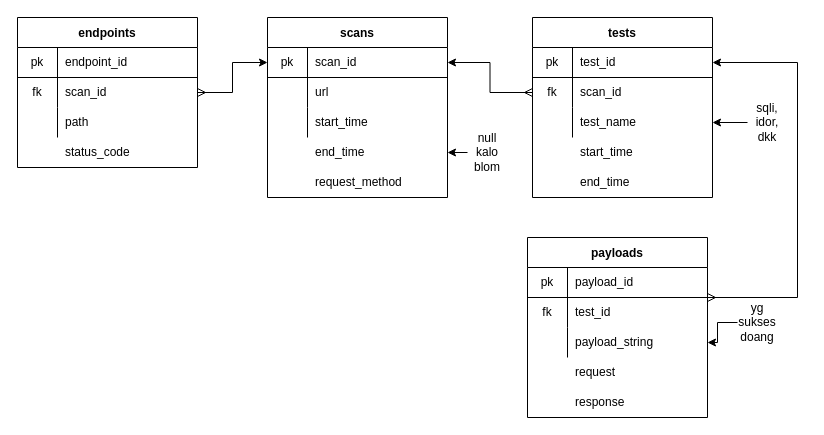
This is docs/db.drawio from kevindoubleu/APISploit, a draw.io file, before an edit. Source tidied: cells renumbered, new cells numbered last; positions are measured from the earlier drawing's top-left corner, leaving out a move shared by most shapes. Both pictures are drawn from the tidied source at 100%, with x=0, y=0 at pixel (17, 17).
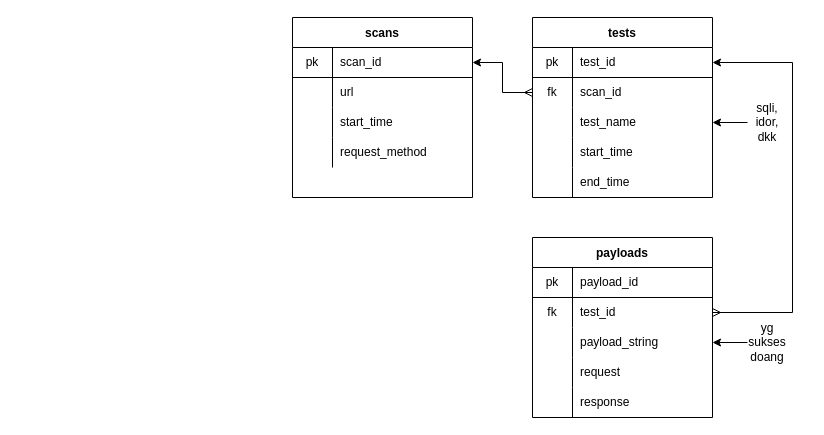
The same diagram, later.

Commit message (it also covers changes not shown here):
update db schema & model

Unchanged cells that the change refers to:
```xml
<mxCell id="3" style="shape=partialRectangle;html=1;whiteSpace=wrap;fillColor=none;top=0;left=0;bottom=1;right=0;points=[[0,0.5],[1,0.5]];portConstraint=eastwest;" parent="2" vertex="1">
  <mxGeometry y="30" width="180" height="30" as="geometry" />
</mxCell>
<mxCell id="12" value="tests" style="shape=table;startSize=30;childLayout=tableLayout;rowLines=0;fontStyle=1;align=center;" parent="1" vertex="1">
  <mxGeometry x="515" width="180" height="180" as="geometry" />
</mxCell>
<mxCell id="13" style="shape=partialRectangle;html=1;whiteSpace=wrap;fillColor=none;top=0;left=0;bottom=1;right=0;points=[[0,0.5],[1,0.5]];portConstraint=eastwest;" parent="12" vertex="1">
  <mxGeometry y="30" width="180" height="30" as="geometry" />
</mxCell>
<mxCell id="26" style="shape=partialRectangle;html=1;whiteSpace=wrap;fillColor=none;top=0;left=0;bottom=0;right=0;points=[[0,0.5],[1,0.5]];portConstraint=eastwest;" parent="22" vertex="1">
  <mxGeometry y="60" width="180" height="30" as="geometry" />
</mxCell>
<mxCell id="47" value="sqli, idor, dkk" style="text;html=1;strokeColor=none;fillColor=none;align=center;verticalAlign=middle;whiteSpace=wrap;rounded=0;" parent="1" vertex="1">
  <mxGeometry x="730" y="95" width="40" height="20" as="geometry" />
</mxCell>
```

The edit, as a diff of the source:
```diff
@@
     <mxCell id="2" value="scans" style="shape=table;startSize=30;childLayout=tableLayout;rowLines=0;fontStyle=1;align=center;" parent="1" vertex="1">
-      <mxGeometry x="250" width="180" height="180" as="geometry" />
+      <mxGeometry x="275" width="180" height="180" as="geometry" />
     </mxCell>
@@
+    <mxCell id="63" style="shape=partialRectangle;html=1;whiteSpace=wrap;fillColor=none;top=0;left=0;bottom=0;right=0;" parent="2" vertex="1">
+      <mxGeometry y="120" width="180" height="30" as="geometry" />
+    </mxCell>
+    <mxCell id="64" style="shape=partialRectangle;html=1;whiteSpace=wrap;fillColor=none;top=0;left=0;bottom=0;right=0;overflow=hidden;" parent="63" vertex="1">
+      <mxGeometry width="40" height="30" as="geometry" />
+    </mxCell>
+    <mxCell id="43" value="request_method" style="shape=partialRectangle;html=1;whiteSpace=wrap;fillColor=none;top=0;left=0;bottom=0;right=0;align=left;spacingLeft=6;overflow=hidden;" parent="63" vertex="1">
+      <mxGeometry x="40" width="140" height="30" as="geometry" />
+    </mxCell>
@@
+    <mxCell id="65" style="shape=partialRectangle;html=1;whiteSpace=wrap;fillColor=none;top=0;left=0;bottom=0;right=0;points=[[0,0.5],[1,0.5]];portConstraint=eastwest;" parent="12" vertex="1">
+      <mxGeometry y="90" width="180" height="30" as="geometry" />
+    </mxCell>
+    <mxCell id="66" style="shape=partialRectangle;html=1;whiteSpace=wrap;fillColor=none;top=0;left=0;bottom=0;right=0;overflow=hidden;" parent="65" vertex="1">
+      <mxGeometry width="40" height="30" as="geometry" />
+    </mxCell>
+    <mxCell id="67" value="test_name" style="shape=partialRectangle;html=1;whiteSpace=wrap;fillColor=none;top=0;left=0;bottom=0;right=0;align=left;spacingLeft=6;overflow=hidden;" parent="65" vertex="1">
+      <mxGeometry x="40" width="140" height="30" as="geometry" />
+    </mxCell>
+    <mxCell id="68" style="shape=partialRectangle;html=1;whiteSpace=wrap;fillColor=none;top=0;left=0;bottom=0;right=0;" parent="12" vertex="1">
+      <mxGeometry y="120" width="180" height="30" as="geometry" />
+    </mxCell>
+    <mxCell id="69" style="shape=partialRectangle;html=1;whiteSpace=wrap;fillColor=none;top=0;left=0;bottom=0;right=0;overflow=hidden;" parent="68" vertex="1">
+      <mxGeometry width="40" height="30" as="geometry" />
+    </mxCell>
+    <mxCell id="61" value="start_time" style="shape=partialRectangle;html=1;whiteSpace=wrap;fillColor=none;top=0;left=0;bottom=0;right=0;align=left;spacingLeft=6;overflow=hidden;" parent="68" vertex="1">
+      <mxGeometry x="40" width="140" height="30" as="geometry" />
+    </mxCell>
     <mxCell id="19" style="shape=partialRectangle;html=1;whiteSpace=wrap;fillColor=none;top=0;left=0;bottom=0;right=0;points=[[0,0.5],[1,0.5]];portConstraint=eastwest;" parent="12" vertex="1">
-      <mxGeometry y="90" width="180" height="30" as="geometry" />
+      <mxGeometry y="150" width="180" height="30" as="geometry" />
     </mxCell>
@@
-    <mxCell id="21" value="test_name" style="shape=partialRectangle;html=1;whiteSpace=wrap;fillColor=none;top=0;left=0;bottom=0;right=0;align=left;spacingLeft=6;overflow=hidden;" parent="19" vertex="1">
+    <mxCell id="21" value="&lt;div&gt;end_time&lt;/div&gt;" style="shape=partialRectangle;html=1;whiteSpace=wrap;fillColor=none;top=0;left=0;bottom=0;right=0;align=left;spacingLeft=6;overflow=hidden;" parent="19" vertex="1">
       <mxGeometry x="40" width="140" height="30" as="geometry" />
     </mxCell>
     <mxCell id="22" value="payloads" style="shape=table;startSize=30;childLayout=tableLayout;rowLines=0;fontStyle=1;align=center;" parent="1" vertex="1">
-      <mxGeometry x="510" y="220" width="180" height="180" as="geometry" />
+      <mxGeometry x="515" y="220" width="180" height="180" as="geometry" />
     </mxCell>
@@
+    <mxCell id="70" style="shape=partialRectangle;html=1;whiteSpace=wrap;fillColor=none;top=0;left=0;bottom=0;right=0;points=[[0,0.5],[1,0.5]];portConstraint=eastwest;" parent="22" vertex="1">
+      <mxGeometry y="90" width="180" height="30" as="geometry" />
+    </mxCell>
+    <mxCell id="71" style="shape=partialRectangle;html=1;whiteSpace=wrap;fillColor=none;top=0;left=0;bottom=0;right=0;overflow=hidden;" parent="70" vertex="1">
+      <mxGeometry width="40" height="30" as="geometry" />
+    </mxCell>
+    <mxCell id="72" value="payload_string" style="shape=partialRectangle;html=1;whiteSpace=wrap;fillColor=none;top=0;left=0;bottom=0;right=0;align=left;spacingLeft=6;overflow=hidden;" parent="70" vertex="1">
+      <mxGeometry x="40" width="140" height="30" as="geometry" />
+    </mxCell>
+    <mxCell id="73" style="shape=partialRectangle;html=1;whiteSpace=wrap;fillColor=none;top=0;left=0;bottom=0;right=0;" parent="22" vertex="1">
+      <mxGeometry y="120" width="180" height="30" as="geometry" />
+    </mxCell>
+    <mxCell id="74" style="shape=partialRectangle;html=1;whiteSpace=wrap;fillColor=none;top=0;left=0;bottom=0;right=0;overflow=hidden;" parent="73" vertex="1">
+      <mxGeometry width="40" height="30" as="geometry" />
+    </mxCell>
+    <mxCell id="33" value="&lt;div&gt;request&lt;/div&gt;" style="shape=partialRectangle;html=1;whiteSpace=wrap;fillColor=none;top=0;left=0;bottom=0;right=0;align=left;spacingLeft=6;overflow=hidden;" parent="73" vertex="1">
+      <mxGeometry x="40" width="140" height="30" as="geometry" />
+    </mxCell>
     <mxCell id="29" style="shape=partialRectangle;html=1;whiteSpace=wrap;fillColor=none;top=0;left=0;bottom=0;right=0;points=[[0,0.5],[1,0.5]];portConstraint=eastwest;" parent="22" vertex="1">
-      <mxGeometry y="90" width="180" height="30" as="geometry" />
+      <mxGeometry y="150" width="180" height="30" as="geometry" />
     </mxCell>
@@
-    <mxCell id="31" value="payload_string" style="shape=partialRectangle;html=1;whiteSpace=wrap;fillColor=none;top=0;left=0;bottom=0;right=0;align=left;spacingLeft=6;overflow=hidden;" parent="29" vertex="1">
+    <mxCell id="31" value="response" style="shape=partialRectangle;html=1;whiteSpace=wrap;fillColor=none;top=0;left=0;bottom=0;right=0;align=left;spacingLeft=6;overflow=hidden;" parent="29" vertex="1">
       <mxGeometry x="40" width="140" height="30" as="geometry" />
     </mxCell>
@@
-    <mxCell id="33" value="request" style="shape=partialRectangle;html=1;whiteSpace=wrap;fillColor=none;top=0;left=0;bottom=0;right=0;align=left;spacingLeft=6;overflow=hidden;" parent="1" vertex="1">
-      <mxGeometry x="550" y="340" width="140" height="30" as="geometry" />
-    </mxCell>
-    <mxCell id="34" style="shape=partialRectangle;html=1;whiteSpace=wrap;fillColor=none;top=0;left=0;bottom=0;right=0;overflow=hidden;" parent="1" vertex="1">
-      <mxGeometry x="250" y="120" width="40" height="30" as="geometry" />
-    </mxCell>
-    <mxCell id="35" value="end_time" style="shape=partialRectangle;html=1;whiteSpace=wrap;fillColor=none;top=0;left=0;bottom=0;right=0;align=left;spacingLeft=6;overflow=hidden;" parent="1" vertex="1">
-      <mxGeometry x="290" y="120" width="140" height="30" as="geometry" />
-    </mxCell>
-    <mxCell id="36" style="edgeStyle=orthogonalEdgeStyle;rounded=0;jettySize=auto;html=1;entryX=1;entryY=0.5;entryDx=0;entryDy=0;" parent="1" edge="1" source="37" target="29">
-      <mxGeometry relative="1" as="geometry" />
-    </mxCell>
+    <mxCell id="75" style="edgeStyle=orthogonalEdgeStyle;rounded=0;jettySize=auto;html=1;entryX=1;entryY=0.5;entryDx=0;entryDy=0;" parent="1" edge="1" source="37" target="70">
+      <mxGeometry relative="1" as="geometry" />
+    </mxCell>
     <mxCell id="37" value="yg sukses doang" style="text;html=1;strokeColor=none;fillColor=none;align=center;verticalAlign=middle;whiteSpace=wrap;rounded=0;" parent="1" vertex="1">
-      <mxGeometry x="720" y="295" width="40" height="20" as="geometry" />
+      <mxGeometry x="730" y="315" width="40" height="20" as="geometry" />
     </mxCell>
-    <mxCell id="38" style="edgeStyle=orthogonalEdgeStyle;rounded=0;jettySize=auto;html=1;entryX=1;entryY=0.5;entryDx=0;entryDy=0;startArrow=ERmany;startFill=0;" parent="1" edge="1" source="26" target="13">
-      <mxGeometry relative="1" as="geometry">
-        <Array as="points">
-          <mxPoint x="780" y="280" />
-          <mxPoint x="780" y="45" />
-        </Array>
-      </mxGeometry>
-    </mxCell>
@@
-    <mxCell id="40" style="shape=partialRectangle;html=1;whiteSpace=wrap;fillColor=none;top=0;left=0;bottom=0;right=0;overflow=hidden;" parent="1" vertex="1">
-      <mxGeometry x="510" y="350" width="40" height="30" as="geometry" />
-    </mxCell>
-    <mxCell id="41" value="response" style="shape=partialRectangle;html=1;whiteSpace=wrap;fillColor=none;top=0;left=0;bottom=0;right=0;align=left;spacingLeft=6;overflow=hidden;" parent="1" vertex="1">
-      <mxGeometry x="550" y="370" width="140" height="30" as="geometry" />
-    </mxCell>
-    <mxCell id="42" style="shape=partialRectangle;html=1;whiteSpace=wrap;fillColor=none;top=0;left=0;bottom=0;right=0;overflow=hidden;" parent="1" vertex="1">
-      <mxGeometry x="250" y="150" width="40" height="30" as="geometry" />
-    </mxCell>
-    <mxCell id="43" value="request_method" style="shape=partialRectangle;html=1;whiteSpace=wrap;fillColor=none;top=0;left=0;bottom=0;right=0;align=left;spacingLeft=6;overflow=hidden;" parent="1" vertex="1">
-      <mxGeometry x="290" y="150" width="140" height="30" as="geometry" />
-    </mxCell>
-    <mxCell id="44" style="edgeStyle=orthogonalEdgeStyle;rounded=0;jettySize=auto;html=1;" parent="1" edge="1" source="45">
-      <mxGeometry relative="1" as="geometry">
-        <mxPoint x="430" y="135" as="targetPoint" />
-      </mxGeometry>
-    </mxCell>
-    <mxCell id="45" value="null kalo blom" style="text;html=1;strokeColor=none;fillColor=none;align=center;verticalAlign=middle;whiteSpace=wrap;rounded=0;" parent="1" vertex="1">
-      <mxGeometry x="450" y="125" width="40" height="20" as="geometry" />
-    </mxCell>
-    <mxCell id="46" style="edgeStyle=orthogonalEdgeStyle;rounded=0;jettySize=auto;html=1;entryX=1;entryY=0.5;entryDx=0;entryDy=0;" parent="1" edge="1" source="47" target="19">
+    <mxCell id="46" style="edgeStyle=orthogonalEdgeStyle;rounded=0;jettySize=auto;html=1;entryX=1;entryY=0.5;entryDx=0;entryDy=0;" parent="1" edge="1" source="47" target="65">
       <mxGeometry relative="1" as="geometry" />
     </mxCell>
@@
-    <mxCell id="48" value="endpoints" style="shape=table;startSize=30;childLayout=tableLayout;rowLines=0;fontStyle=1;align=center;" parent="1" vertex="1">
-      <mxGeometry width="180" height="150" as="geometry" />
-    </mxCell>
-    <mxCell id="49" style="shape=partialRectangle;html=1;whiteSpace=wrap;fillColor=none;top=0;left=0;bottom=1;right=0;" parent="48" vertex="1">
-      <mxGeometry y="30" width="180" height="30" as="geometry" />
-    </mxCell>
-    <mxCell id="50" value="pk" style="shape=partialRectangle;html=1;whiteSpace=wrap;fillColor=none;top=0;left=0;bottom=0;right=0;overflow=hidden;" parent="49" vertex="1">
-      <mxGeometry width="40" height="30" as="geometry" />
-    </mxCell>
-    <mxCell id="51" value="endpoint_id" style="shape=partialRectangle;html=1;whiteSpace=wrap;fillColor=none;top=0;left=0;bottom=0;right=0;align=left;spacingLeft=6;overflow=hidden;" parent="49" vertex="1">
-      <mxGeometry x="40" width="140" height="30" as="geometry" />
-    </mxCell>
-    <mxCell id="52" style="shape=partialRectangle;html=1;whiteSpace=wrap;fillColor=none;top=0;left=0;bottom=0;right=0;points=[[0,0.5],[1,0.5]];portConstraint=eastwest;" parent="48" vertex="1">
-      <mxGeometry y="60" width="180" height="30" as="geometry" />
-    </mxCell>
-    <mxCell id="53" value="fk" style="shape=partialRectangle;html=1;whiteSpace=wrap;fillColor=none;top=0;left=0;bottom=0;right=0;overflow=hidden;" parent="52" vertex="1">
-      <mxGeometry width="40" height="30" as="geometry" />
-    </mxCell>
-    <mxCell id="54" value="scan_id" style="shape=partialRectangle;html=1;whiteSpace=wrap;fillColor=none;top=0;left=0;bottom=0;right=0;align=left;spacingLeft=6;overflow=hidden;" parent="52" vertex="1">
-      <mxGeometry x="40" width="140" height="30" as="geometry" />
-    </mxCell>
-    <mxCell id="55" style="shape=partialRectangle;html=1;whiteSpace=wrap;fillColor=none;top=0;left=0;bottom=0;right=0;" parent="48" vertex="1">
-      <mxGeometry y="90" width="180" height="30" as="geometry" />
-    </mxCell>
-    <mxCell id="56" style="shape=partialRectangle;html=1;whiteSpace=wrap;fillColor=none;top=0;left=0;bottom=0;right=0;overflow=hidden;" parent="55" vertex="1">
-      <mxGeometry width="40" height="30" as="geometry" />
-    </mxCell>
-    <mxCell id="57" value="path" style="shape=partialRectangle;html=1;whiteSpace=wrap;fillColor=none;top=0;left=0;bottom=0;right=0;align=left;spacingLeft=6;overflow=hidden;" parent="55" vertex="1">
-      <mxGeometry x="40" width="140" height="30" as="geometry" />
-    </mxCell>
-    <mxCell id="58" style="shape=partialRectangle;html=1;whiteSpace=wrap;fillColor=none;top=0;left=0;bottom=0;right=0;overflow=hidden;" parent="1" vertex="1">
-      <mxGeometry y="120" width="40" height="30" as="geometry" />
-    </mxCell>
-    <mxCell id="59" value="status_code" style="shape=partialRectangle;html=1;whiteSpace=wrap;fillColor=none;top=0;left=0;bottom=0;right=0;align=left;spacingLeft=6;overflow=hidden;" parent="1" vertex="1">
-      <mxGeometry x="40" y="120" width="140" height="30" as="geometry" />
-    </mxCell>
-    <mxCell id="60" style="edgeStyle=orthogonalEdgeStyle;rounded=0;jettySize=auto;html=1;entryX=0;entryY=0.5;entryDx=0;entryDy=0;startArrow=ERmany;startFill=0;" parent="1" edge="1" source="52" target="3">
-      <mxGeometry relative="1" as="geometry" />
-    </mxCell>
-    <mxCell id="61" value="start_time" style="shape=partialRectangle;html=1;whiteSpace=wrap;fillColor=none;top=0;left=0;bottom=0;right=0;align=left;spacingLeft=6;overflow=hidden;" parent="1" vertex="1">
-      <mxGeometry x="555" y="120" width="140" height="30" as="geometry" />
-    </mxCell>
-    <mxCell id="62" value="end_time" style="shape=partialRectangle;html=1;whiteSpace=wrap;fillColor=none;top=0;left=0;bottom=0;right=0;align=left;spacingLeft=6;overflow=hidden;" parent="1" vertex="1">
-      <mxGeometry x="555" y="150" width="140" height="30" as="geometry" />
-    </mxCell>
+    <mxCell id="38" style="edgeStyle=orthogonalEdgeStyle;rounded=0;jettySize=auto;html=1;entryX=1;entryY=0.5;entryDx=0;entryDy=0;startArrow=ERmany;startFill=0;" parent="1" edge="1" source="26" target="13">
+      <mxGeometry relative="1" as="geometry">
+        <Array as="points">
+          <mxPoint x="775" y="295" />
+          <mxPoint x="775" y="45" />
+        </Array>
+      </mxGeometry>
+    </mxCell>
```
